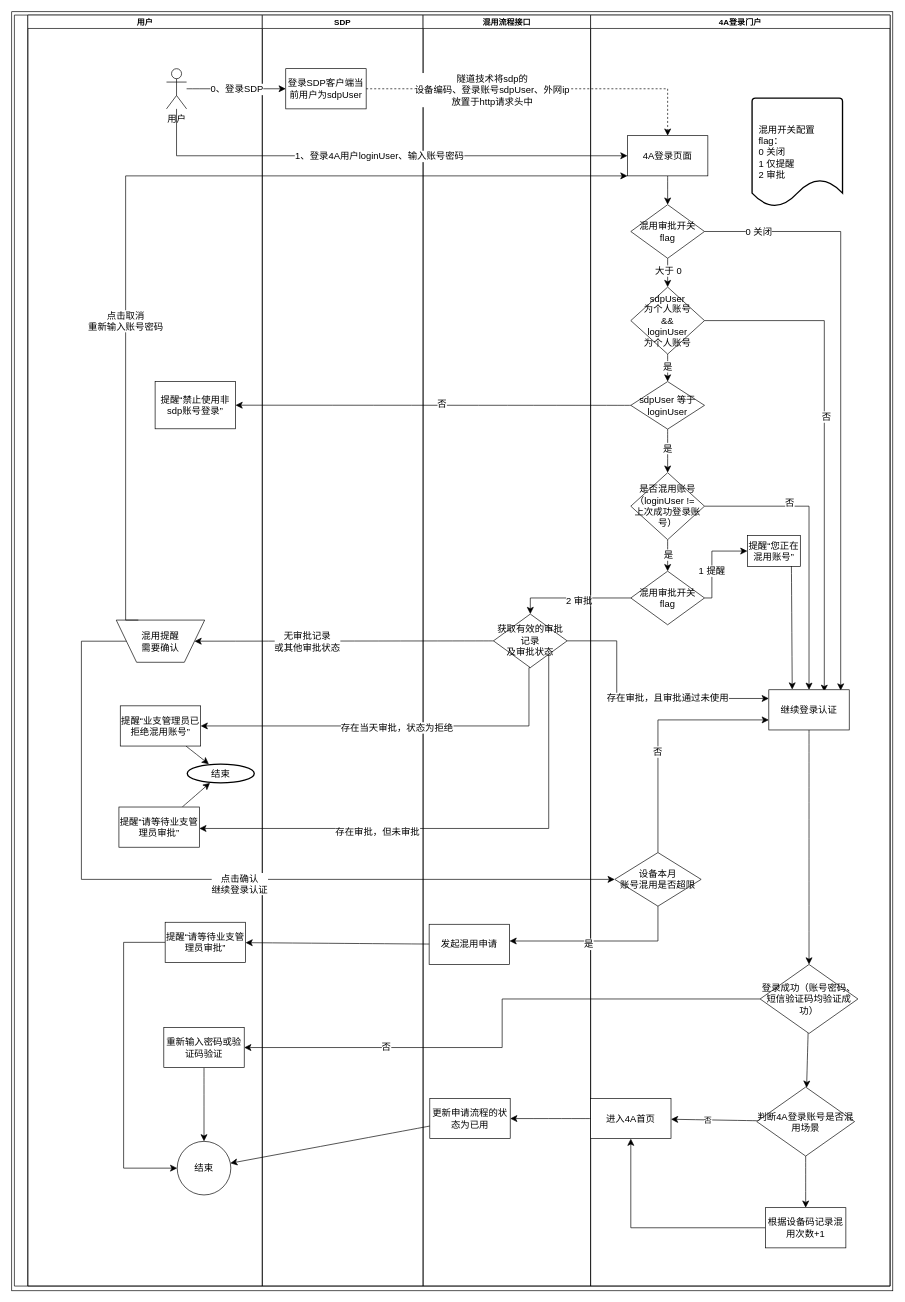
Earlier version of the draw.io diagram page "账号混用泳道图" (18 of 22) of 系统功能流程图/铁塔4A2024.drawio (158698706/tt4a). Source tidied: cells renumbered, new cells numbered last; positions are measured from the earlier drawing's top-left corner, leaving out a move shared by most shapes. Both pictures are drawn from the tidied source at 67%, with x=0, y=0 at pixel (11, 11).
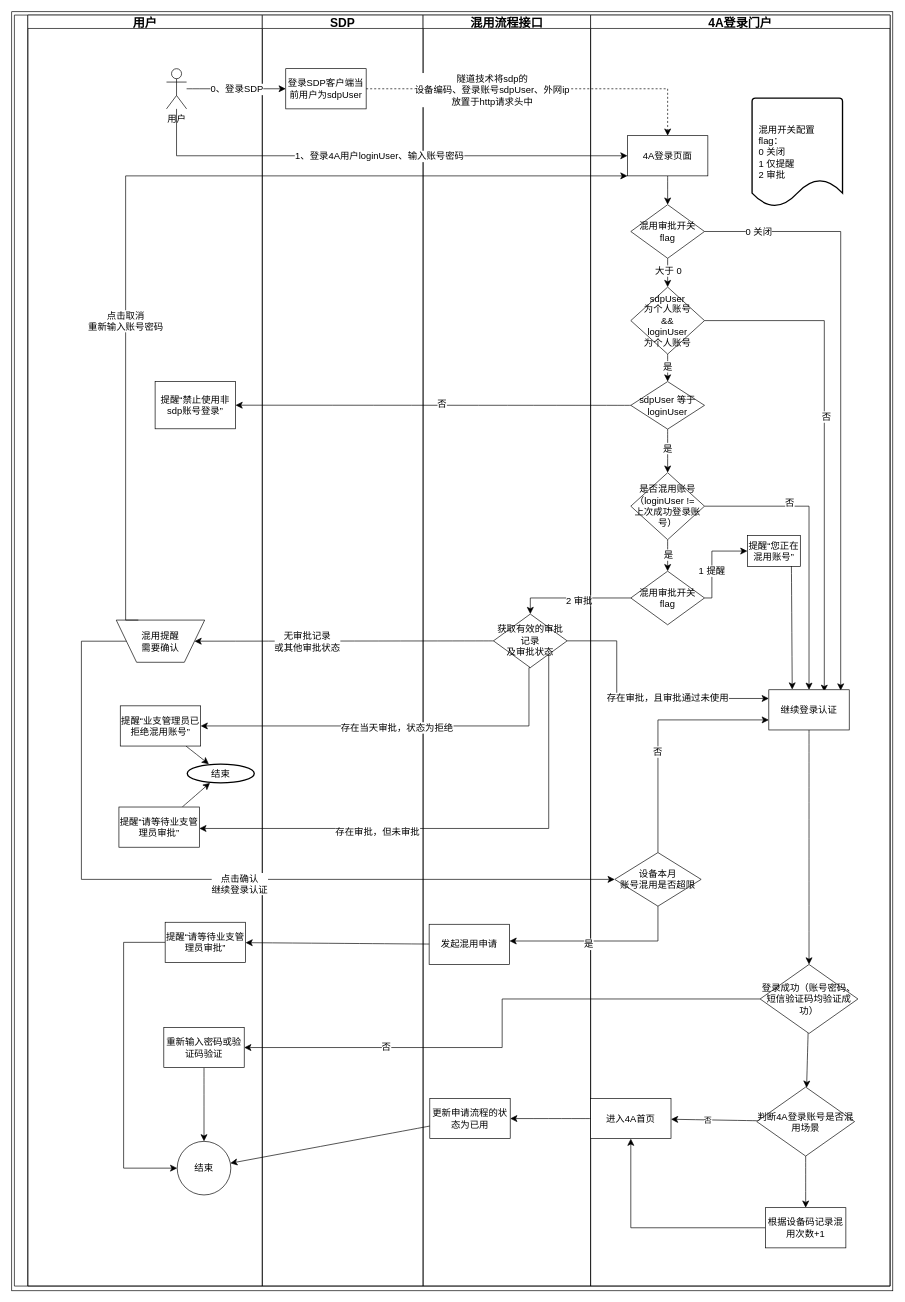
Above is the later version.

Unchanged cells that the change refers to:
```xml
<mxCell id="3" style="swimlane;startSize=20;horizontal=0;" parent="1" vertex="1">
  <mxGeometry x="4" y="5" width="1307" height="1897" as="geometry" />
</mxCell>
```

The edit, as a diff of the source:
```diff
@@
-    <mxCell id="4" value="用户" style="swimlane;startSize=20;" parent="3" vertex="1">
+    <mxCell id="4" value="用户" style="swimlane;startSize=20;fontSize=18;" parent="3" vertex="1">
       <mxGeometry x="20" width="350" height="1897" as="geometry" />
     </mxCell>
@@
-    <mxCell id="18" value="SDP" style="swimlane;startSize=20;" parent="3" vertex="1">
+    <mxCell id="18" value="SDP" style="swimlane;startSize=20;fontSize=18;" parent="3" vertex="1">
       <mxGeometry x="370" width="240" height="1897" as="geometry" />
     </mxCell>
@@
-    <mxCell id="20" value="混用流程接口" style="swimlane;startSize=20;" parent="3" vertex="1">
+    <mxCell id="20" value="混用流程接口" style="swimlane;startSize=20;fontSize=18;" parent="3" vertex="1">
       <mxGeometry x="610" width="250" height="1897" as="geometry" />
     </mxCell>
@@
-    <mxCell id="36" value="4A登录门户" style="swimlane;startSize=20;" parent="3" vertex="1">
+    <mxCell id="36" value="4A登录门户" style="swimlane;startSize=20;fontSize=18;" parent="3" vertex="1">
       <mxGeometry x="860" width="447" height="1897" as="geometry" />
     </mxCell>
```
